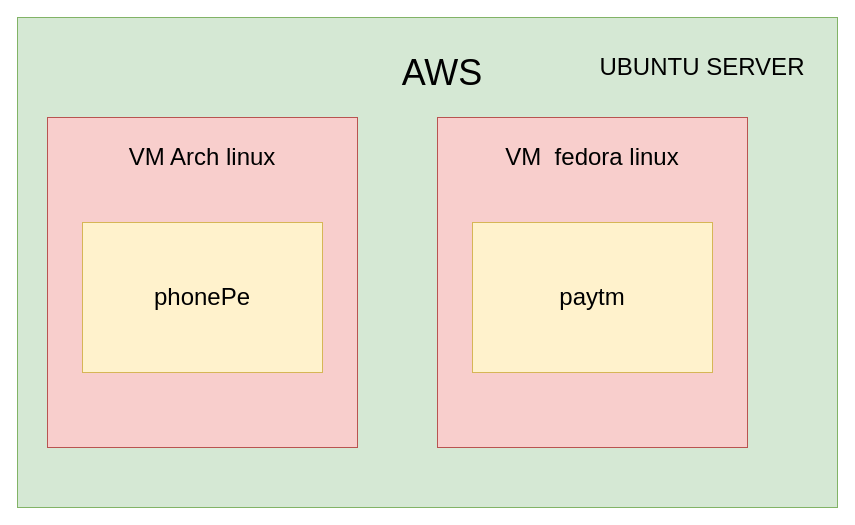
Before: page "enter VM" (9 of 14) of Untitled Diagram.drawio in pranshushah/container_diagrams, a draw.io diagram. Source tidied: cells renumbered, new cells numbered last; positions are measured from the earlier drawing's top-left corner, leaving out a move shared by most shapes. Both pictures are drawn from the tidied source at 100%, with x=0, y=0 at pixel (17, 17).
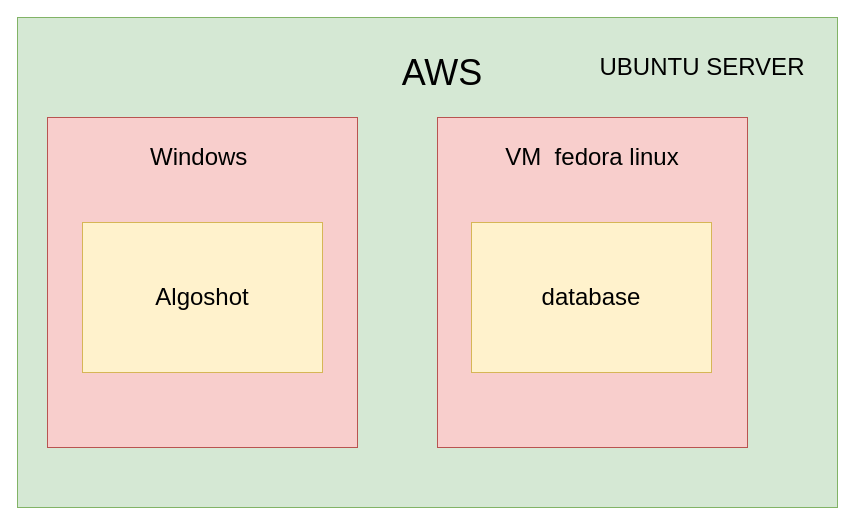
The same diagram, later.

Commit message (it also covers changes not shown here):
linux graph add

Change to the diagram source:
```diff
@@
 <mxGraphModel>
   <root>
     <mxCell id="0" />
     <mxCell id="1" parent="0" />
     <mxCell id="2" style="rounded=0;whiteSpace=wrap;html=1;fillColor=#d5e8d4;strokeColor=#82b366;align=left;" parent="1" vertex="1">
       <mxGeometry width="820" height="490" as="geometry" />
     </mxCell>
     <mxCell id="3" value="&lt;span style=&quot;font-size: 36px&quot;&gt;AWS&lt;/span&gt;" style="text;html=1;strokeColor=none;fillColor=none;align=center;verticalAlign=middle;whiteSpace=wrap;rounded=0;" parent="1" vertex="1">
       <mxGeometry x="210" y="30" width="430" height="50" as="geometry" />
     </mxCell>
     <mxCell id="4" value="&lt;font style=&quot;font-size: 24px&quot;&gt;UBUNTU SERVER&lt;/font&gt;" style="text;html=1;strokeColor=none;fillColor=none;align=center;verticalAlign=middle;whiteSpace=wrap;rounded=0;" parent="1" vertex="1">
       <mxGeometry x="580" y="20" width="210" height="60" as="geometry" />
     </mxCell>
     <mxCell id="5" style="rounded=0;whiteSpace=wrap;html=1;fillColor=#f8cecc;strokeColor=#b85450;" parent="1" vertex="1">
       <mxGeometry x="30" y="100" width="310" height="330" as="geometry" />
     </mxCell>
-    <mxCell id="6" value="&lt;font style=&quot;font-size: 24px&quot;&gt;phonePe&lt;/font&gt;" style="rounded=0;whiteSpace=wrap;html=1;fillColor=#fff2cc;strokeColor=#d6b656;" parent="1" vertex="1">
+    <mxCell id="6" value="&lt;font style=&quot;font-size: 24px&quot;&gt;Algoshot&lt;/font&gt;" style="rounded=0;whiteSpace=wrap;html=1;fillColor=#fff2cc;strokeColor=#d6b656;" parent="1" vertex="1">
       <mxGeometry x="65" y="205" width="240" height="150" as="geometry" />
     </mxCell>
-    <mxCell id="7" value="&lt;font style=&quot;font-size: 24px&quot;&gt;VM Arch linux&lt;/font&gt;" style="text;html=1;strokeColor=none;fillColor=none;align=center;verticalAlign=middle;whiteSpace=wrap;rounded=0;" parent="1" vertex="1">
+    <mxCell id="7" value="&lt;font style=&quot;font-size: 24px&quot;&gt;Windows&amp;nbsp;&lt;/font&gt;" style="text;html=1;strokeColor=none;fillColor=none;align=center;verticalAlign=middle;whiteSpace=wrap;rounded=0;" parent="1" vertex="1">
       <mxGeometry x="55" y="130" width="260" height="20" as="geometry" />
     </mxCell>
     <mxCell id="8" style="rounded=0;whiteSpace=wrap;html=1;fillColor=#f8cecc;strokeColor=#b85450;" parent="1" vertex="1">
       <mxGeometry x="420" y="100" width="310" height="330" as="geometry" />
     </mxCell>
-    <mxCell id="9" value="&lt;font style=&quot;font-size: 24px&quot;&gt;paytm&lt;/font&gt;" style="rounded=0;whiteSpace=wrap;html=1;fillColor=#fff2cc;strokeColor=#d6b656;" parent="1" vertex="1">
-      <mxGeometry x="455" y="205" width="240" height="150" as="geometry" />
+    <mxCell id="9" value="&lt;span style=&quot;font-size: 24px&quot;&gt;database&lt;/span&gt;" style="rounded=0;whiteSpace=wrap;html=1;fillColor=#fff2cc;strokeColor=#d6b656;" parent="1" vertex="1">
+      <mxGeometry x="454" y="205" width="240" height="150" as="geometry" />
     </mxCell>
     <mxCell id="10" value="&lt;font style=&quot;font-size: 24px&quot;&gt;VM&amp;nbsp;&amp;nbsp;fedora linux&lt;/font&gt;" style="text;html=1;strokeColor=none;fillColor=none;align=center;verticalAlign=middle;whiteSpace=wrap;rounded=0;" parent="1" vertex="1">
       <mxGeometry x="460" y="130" width="230" height="20" as="geometry" />
     </mxCell>
   </root>
 </mxGraphModel>
```
